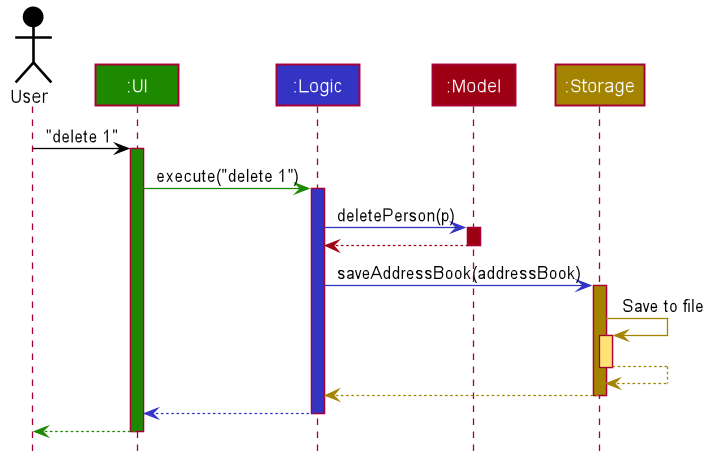
This is docs/images/ArchitectureSequenceDiagram.png from nus-cs2103-AY2122S1/tp, a PlantUML export, as it was before one commit.
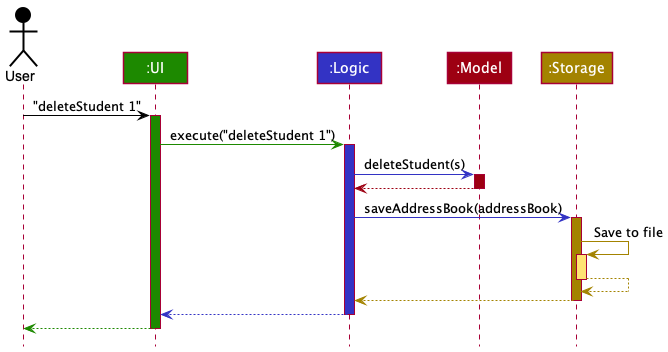
The same diagram one commit later.

Commit message:
Changed Architecture Sequence Diagram for DeleteStudentCommand

Diff of the diagram source:
```diff
@@ -1,85 +1,38 @@
 @startuml
+!include style.puml
 
+Actor User as user USER_COLOR
+Participant ":UI" as ui UI_COLOR
+Participant ":Logic" as logic LOGIC_COLOR
+Participant ":Model" as model MODEL_COLOR
+Participant ":Storage" as storage STORAGE_COLOR
 
+user -[USER_COLOR]> ui : "deleteStudent 1"
+activate ui UI_COLOR
 
+ui -[UI_COLOR]> logic : execute("deleteStudent 1")
+activate logic LOGIC_COLOR
 
+logic -[LOGIC_COLOR]> model : deleteStudent(s)
+activate model MODEL_COLOR
 
-
-
-
-skinparam BackgroundColor #FFFFFFF
-
-skinparam Shadowing false
-
-skinparam Class {
-    FontColor #FFFFFF
-    BorderThickness 1
-    BorderColor #FFFFFF
-    StereotypeFontColor #FFFFFF
-    FontName Arial
-}
-
-skinparam Actor {
-    BorderColor #000000
-    Color #000000
-    FontName Arial
-}
-
-skinparam Sequence {
-    MessageAlign center
-    BoxFontSize 15
-    BoxPadding 0
-    BoxFontColor #FFFFFF
-    FontName Arial
-}
-
-skinparam Participant {
-    FontColor #FFFFFFF
-    Padding 20
-}
-
-skinparam MinClassWidth 50
-skinparam ParticipantPadding 10
-skinparam Shadowing false
-skinparam DefaultTextAlignment center
-skinparam packageStyle Rectangle
-
-hide footbox
-hide members
-hide circle
-
-Actor User as user #000000
-Participant ":UI" as ui #1D8900
-Participant ":Logic" as logic #3333C4
-Participant ":Model" as model #9D0012
-Participant ":Storage" as storage #A38300
-
-user -[#000000]> ui : "delete 1"
-activate ui #1D8900
-
-ui -[#1D8900]> logic : execute("delete 1")
-activate logic #3333C4
-
-logic -[#3333C4]> model : deletePerson(p)
-activate model #9D0012
-
-model -[#9D0012]-> logic
+model -[MODEL_COLOR]-> logic
 deactivate model
 
-logic -[#3333C4]> storage : saveAddressBook(addressBook)
-activate storage #A38300
+logic -[LOGIC_COLOR]> storage : saveAddressBook(addressBook)
+activate storage STORAGE_COLOR
 
-storage -[#A38300]> storage : Save to file
-activate storage #FFE374
-storage --[#A38300]> storage
+storage -[STORAGE_COLOR]> storage : Save to file
+activate storage STORAGE_COLOR_T1
+storage --[STORAGE_COLOR]> storage
 deactivate storage
 
-storage --[#A38300]> logic
+storage --[STORAGE_COLOR]> logic
 deactivate storage
 
-logic --[#3333C4]> ui
+logic --[LOGIC_COLOR]> ui
 deactivate logic
 
-ui--[#1D8900]> user
+ui--[UI_COLOR]> user
 deactivate ui
 @enduml
```
